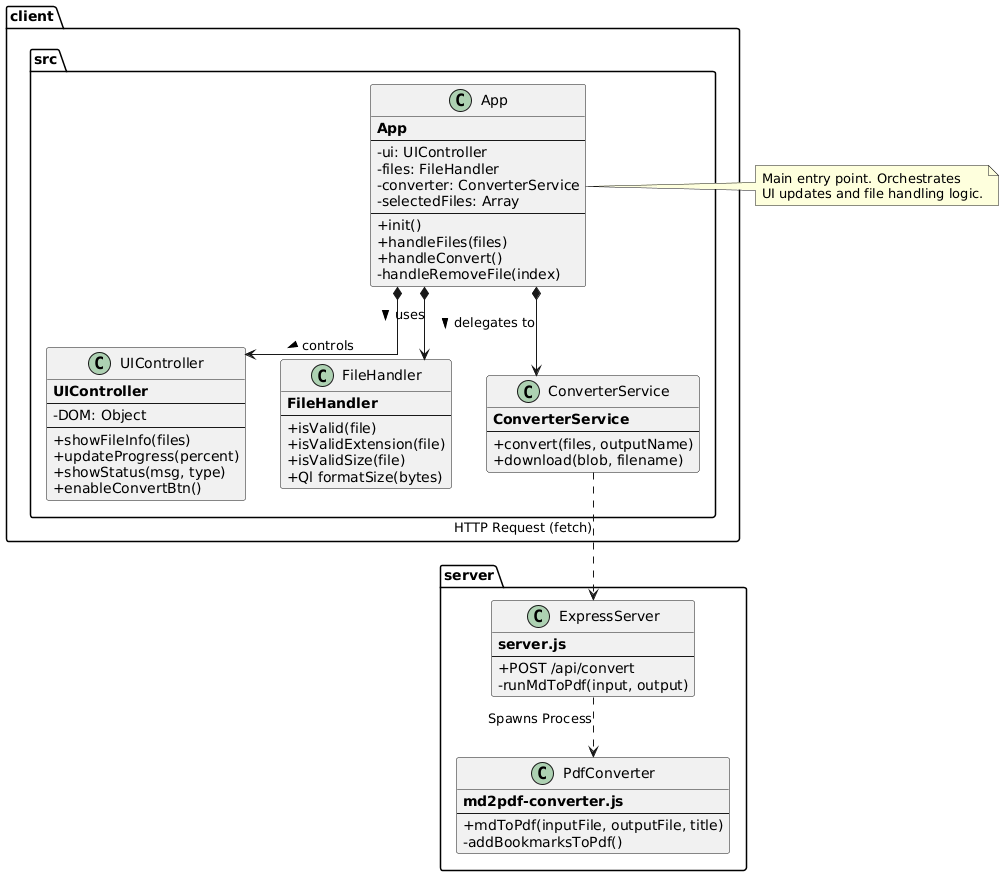
AhmedEssamYassin/md2pdf keeps this PlantUML diagram as docs/system design UML.png. Above is the earlier version.
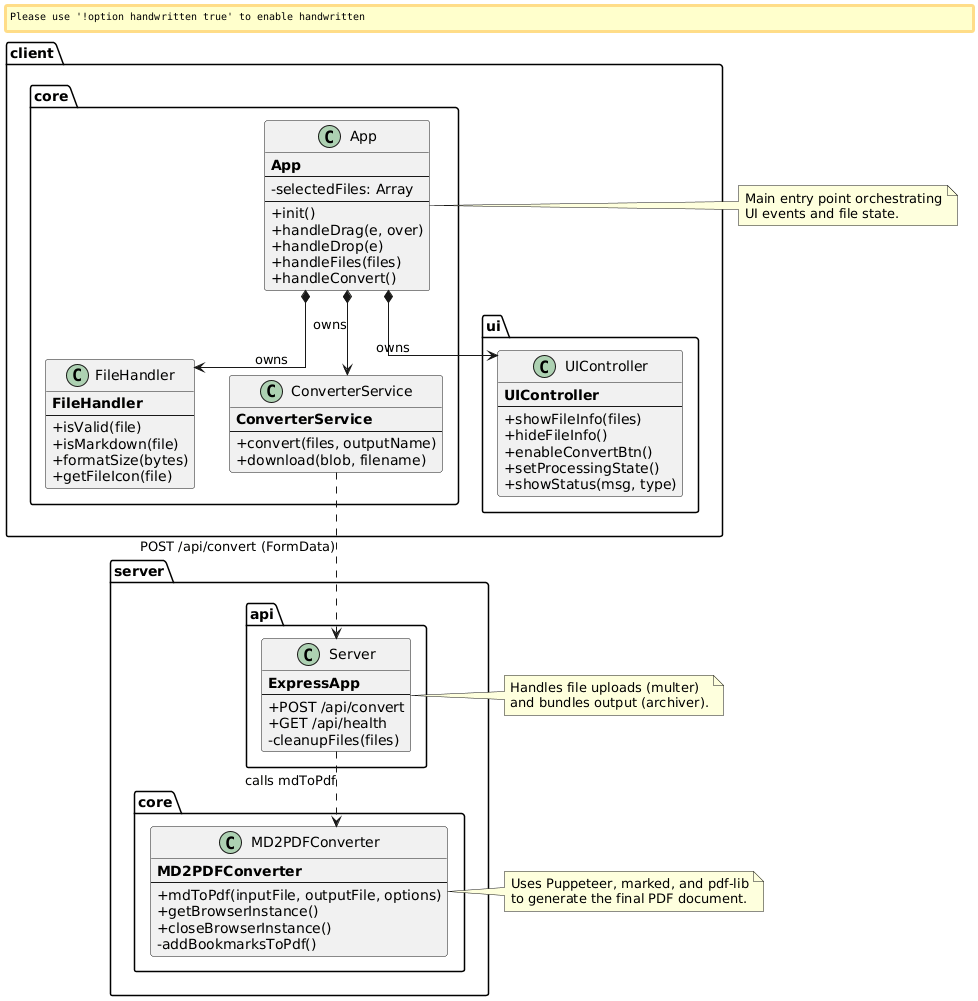
The same file after the commit.

Commit message:
docs: update system design UML

Change to the diagram source:
```diff
@@ -3,41 +3,41 @@
 skinparam layout compact
 skinparam classAttributeIconSize 0
 skinparam nodeMargin 20
+skinparam handwritten false
 skinparam shadow false
 
-package "client.src" {
+package "client.ui" {
+    class UIController {
+        <b>UIController</b>
+        --
+        + showFileInfo(files)
+        + hideFileInfo()
+        + enableConvertBtn()
+        + setProcessingState()
+        + showStatus(msg, type)
+    }
+}
+
+package "client.core" {
     class App {
         <b>App</b>
         --
-        - ui: UIController
-        - files: FileHandler
-        - converter: ConverterService
         - selectedFiles: Array
         --
         + init()
+        + handleDrag(e, over)
+        + handleDrop(e)
         + handleFiles(files)
         + handleConvert()
-        - handleRemoveFile(index)
-    }
-
-    class UIController {
-        <b>UIController</b>
-        --
-        - DOM: Object
-        --
-        + showFileInfo(files)
-        + updateProgress(percent)
-        + showStatus(msg, type)
-        + enableConvertBtn()
     }
 
     class FileHandler {
         <b>FileHandler</b>
         --
         + isValid(file)
-        + isValidExtension(file)
-        + isValidSize(file)
-        +Ql formatSize(bytes)
+        + isMarkdown(file)
+        + formatSize(bytes)
+        + getFileIcon(file)
     }
 
     class ConverterService {
@@ -48,31 +48,47 @@
     }
 }
 
-package "server" {
-    class ExpressServer {
-        <b>server.js</b>
+package "server.api" {
+    class Server {
+        <b>ExpressApp</b>
         --
         + POST /api/convert
-        - runMdToPdf(input, output)
+        + GET /api/health
+        - cleanupFiles(files)
     }
+}
 
-    class PdfConverter {
-        <b>md2pdf-converter.js</b>
+package "server.core" {
+    class MD2PDFConverter {
+        <b>MD2PDFConverter</b>
         --
-        + mdToPdf(inputFile, outputFile, title)
+        + mdToPdf(inputFile, outputFile, options)
+        + getBrowserInstance()
+        + closeBrowserInstance()
         - addBookmarksToPdf()
     }
 }
 
-App *--> UIController : "controls >"
-App *--> FileHandler : "uses >"
-App *--> ConverterService : "delegates to >"
 
-ConverterService ..> ExpressServer : "HTTP Request (fetch)"
-ExpressServer ..> PdfConverter : "Spawns Process"
+App *--> UIController : "owns"
+App *--> FileHandler : "owns"
+App *--> ConverterService : "owns"
+
+ConverterService ..> Server : "POST /api/convert (FormData)"
+Server ..> MD2PDFConverter : "calls mdToPdf"
 
 note right of App
-    Main entry point. Orchestrates
-    UI updates and file handling logic.
+    Main entry point orchestrating
+    UI events and file state.
+end note
+
+note right of Server
+    Handles file uploads (multer)
+    and bundles output (archiver).
+end note
+
+note right of MD2PDFConverter
+    Uses Puppeteer, marked, and pdf-lib
+    to generate the final PDF document.
 end note
 @enduml
```
